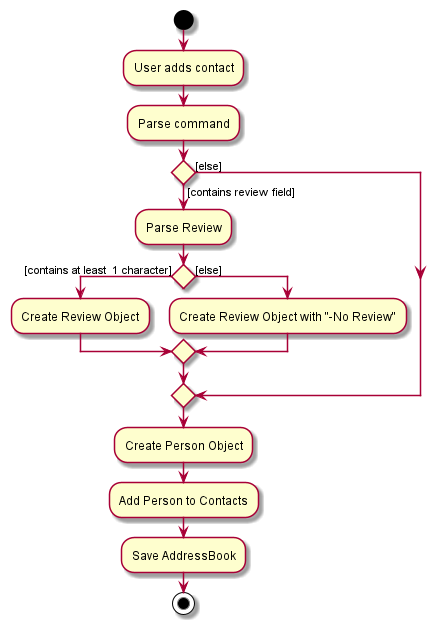
The PlantUML diagram docs/images/ReviewActivityDiagram.png in nus-cs2103-AY2122S1/tp, before a commit.
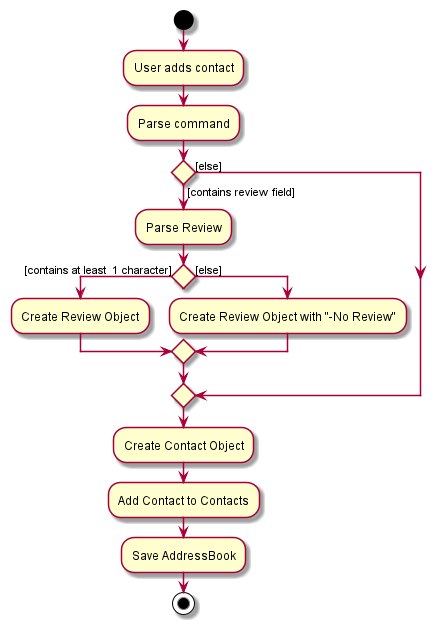
The same diagram one commit later.

Change to the diagram source:
```diff
@@ -14,8 +14,8 @@
 else ([else])
 endif
 
-:Create Person Object;
-:Add Person to Contacts;
+:Create Contact Object;
+:Add Contact to Contacts;
 :Save AddressBook;
 
 stop
```
